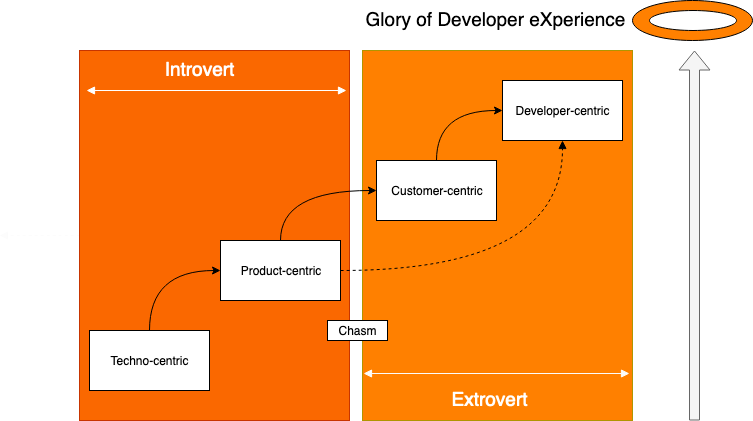
This is assets/img/day67/stages.png from derivativeresearchsystems/100daysofDX, a draw.io export, as it was before one commit. Source tidied: cells renumbered, new cells last; positions are measured from the earlier drawing's top-left corner, leaving out a move shared by most shapes.
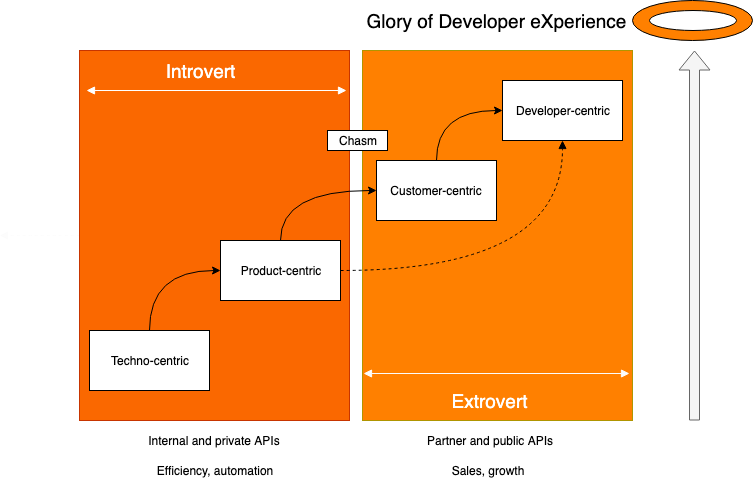
The same file after the commit.

Change to the diagram source:
```diff
@@ -56,7 +56,7 @@
       <mxGeometry x="460" y="390" width="60" height="20" as="geometry" />
     </mxCell>
     <mxCell id="17" value="Chasm" style="text;html=1;strokeColor=#000000;fillColor=#ffffff;align=center;verticalAlign=middle;whiteSpace=wrap;rounded=0;" parent="1" vertex="1">
-      <mxGeometry x="328" y="320" width="60" height="20" as="geometry" />
+      <mxGeometry x="328" y="130" width="60" height="20" as="geometry" />
     </mxCell>
     <mxCell id="18" style="ellipse;whiteSpace=wrap;html=1;strokeColor=#000000;fillColor=#FF8000;fontSize=19;fontColor=#FFFFFF;" parent="1" vertex="1">
       <mxGeometry x="633" width="120" height="40" as="geometry" />
@@ -73,5 +73,17 @@
     <mxCell id="21" value="Glory of Developer eXperience" style="text;html=1;strokeColor=none;fillColor=none;align=center;verticalAlign=middle;whiteSpace=wrap;rounded=0;fontSize=19;fontColor=#000000;" parent="1" vertex="1">
       <mxGeometry x="364.5" y="10" width="263" height="20" as="geometry" />
     </mxCell>
+    <mxCell id="22" value="Internal and private APIs" style="text;html=1;strokeColor=none;fillColor=none;align=center;verticalAlign=middle;whiteSpace=wrap;rounded=0;" parent="1" vertex="1">
+      <mxGeometry x="140" y="430" width="150" height="20" as="geometry" />
+    </mxCell>
+    <mxCell id="23" value="Partner and public APIs" style="text;html=1;strokeColor=none;fillColor=none;align=center;verticalAlign=middle;whiteSpace=wrap;rounded=0;" parent="1" vertex="1">
+      <mxGeometry x="415" y="430" width="150" height="20" as="geometry" />
+    </mxCell>
+    <mxCell id="24" value="Efficiency, automation" style="text;html=1;strokeColor=none;fillColor=none;align=center;verticalAlign=middle;whiteSpace=wrap;rounded=0;" parent="1" vertex="1">
+      <mxGeometry x="140" y="460" width="150" height="20" as="geometry" />
+    </mxCell>
+    <mxCell id="25" value="Sales, growth" style="text;html=1;strokeColor=none;fillColor=none;align=center;verticalAlign=middle;whiteSpace=wrap;rounded=0;" parent="1" vertex="1">
+      <mxGeometry x="413" y="460" width="150" height="20" as="geometry" />
+    </mxCell>
   </root>
 </mxGraphModel>
```
